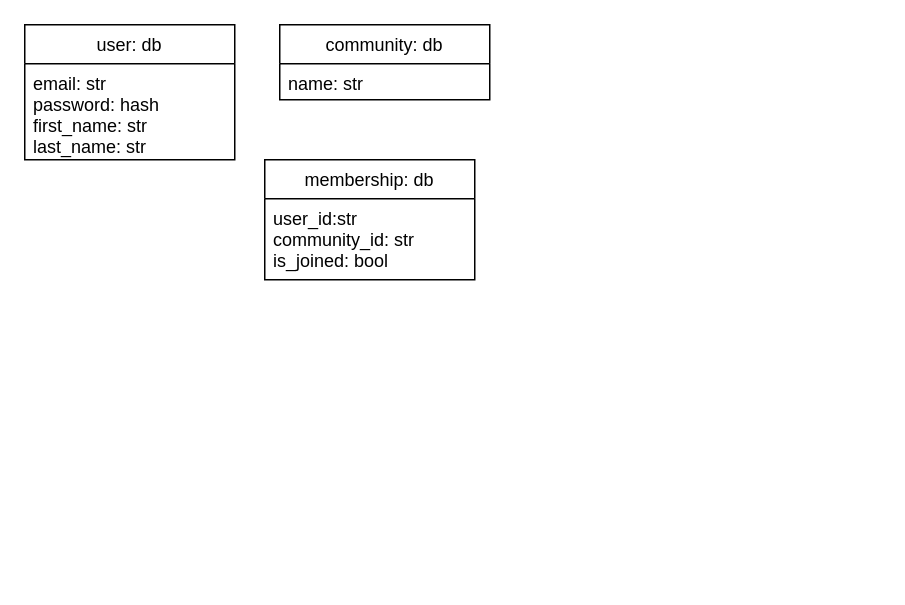
This is api_2020.drawio from Baba-Yaga-Bv/Moove-old, a draw.io file, before an edit. Source tidied: cells renumbered, new cells numbered last; positions are measured from the earlier drawing's top-left corner, leaving out a move shared by most shapes. Both pictures are drawn from the tidied source at 150%, with x=0, y=0 at pixel (24, 24).
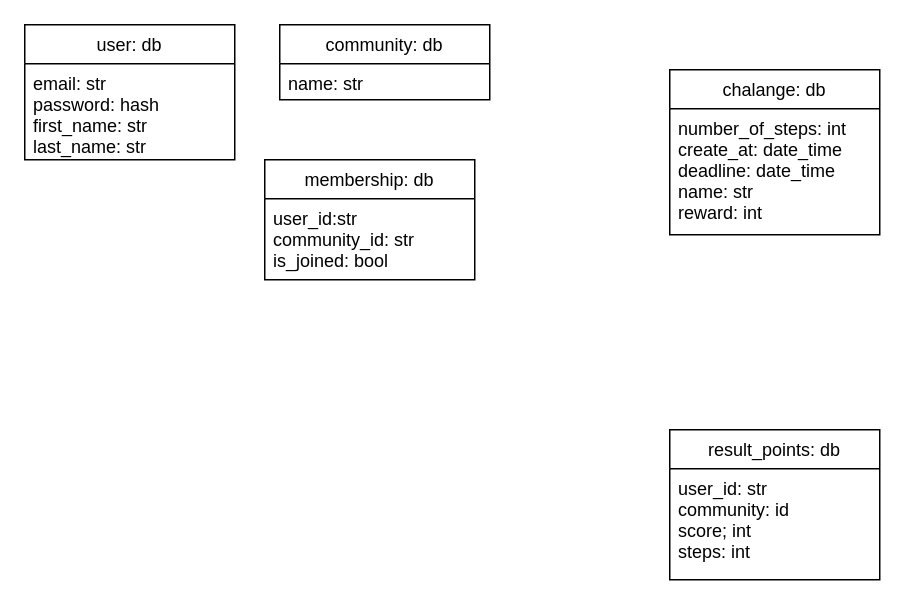
The same page after the edit.

What changed in the source:
```diff
@@
 <mxGraphModel>
   <root>
     <mxCell id="0" />
     <mxCell id="1" parent="0" />
     <mxCell id="2" value="user: db" style="swimlane;fontStyle=0;horizontal=1;startSize=26;fillColor=none;" parent="1" vertex="1">
       <mxGeometry width="140" height="90" as="geometry" />
     </mxCell>
     <mxCell id="3" value="email: str&#10;password: hash&#10;first_name: str&#10;last_name: str&#10;" style="text;strokeColor=none;fillColor=none;align=left;verticalAlign=top;spacingLeft=4;spacingRight=4;overflow=hidden;" parent="2" vertex="1">
       <mxGeometry y="26" width="140" height="64" as="geometry" />
     </mxCell>
     <mxCell id="4" value="membership: db" style="swimlane;fontStyle=0;horizontal=1;startSize=26;fillColor=none;" parent="1" vertex="1">
       <mxGeometry x="160" y="90" width="140" height="80" as="geometry" />
     </mxCell>
     <mxCell id="5" value="user_id:str&#10;community_id: str&#10;is_joined: bool" style="text;strokeColor=none;fillColor=none;align=left;verticalAlign=top;spacingLeft=4;spacingRight=4;overflow=hidden;" parent="4" vertex="1">
       <mxGeometry y="26" width="140" height="54" as="geometry" />
     </mxCell>
     <mxCell id="6" value="community: db" style="swimlane;fontStyle=0;horizontal=1;startSize=26;fillColor=none;" parent="1" vertex="1">
       <mxGeometry x="170" width="140" height="50" as="geometry" />
     </mxCell>
     <mxCell id="7" value="name: str&#10;" style="text;strokeColor=none;fillColor=none;align=left;verticalAlign=top;spacingLeft=4;spacingRight=4;overflow=hidden;" parent="6" vertex="1">
       <mxGeometry y="26" width="140" height="24" as="geometry" />
     </mxCell>
+    <mxCell id="8" value="chalange: db" style="swimlane;fontStyle=0;horizontal=1;startSize=26;fillColor=none;" parent="1" vertex="1">
+      <mxGeometry x="430" y="30" width="140" height="110" as="geometry" />
+    </mxCell>
+    <mxCell id="9" value="number_of_steps: int&#10;create_at: date_time&#10;deadline: date_time&#10;name: str&#10;reward: int" style="text;strokeColor=none;fillColor=none;align=left;verticalAlign=top;spacingLeft=4;spacingRight=4;overflow=hidden;" parent="8" vertex="1">
+      <mxGeometry y="26" width="140" height="84" as="geometry" />
+    </mxCell>
+    <mxCell id="10" value="result_points: db" style="swimlane;fontStyle=0;horizontal=1;startSize=26;fillColor=none;" parent="1" vertex="1">
+      <mxGeometry x="430" y="270" width="140" height="100" as="geometry" />
+    </mxCell>
+    <mxCell id="11" value="user_id: str&#10;community: id&#10;score; int&#10;steps: int" style="text;strokeColor=none;fillColor=none;align=left;verticalAlign=top;spacingLeft=4;spacingRight=4;overflow=hidden;" parent="10" vertex="1">
+      <mxGeometry y="26" width="140" height="74" as="geometry" />
+    </mxCell>
   </root>
 </mxGraphModel>
```
